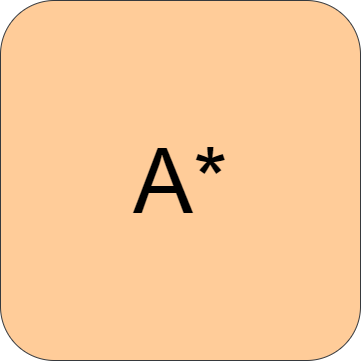
Above: Rush Hour Main/assets/AlgorithmButtons/A(B).png in zintom69/Game-Rush-Hour (draw.io), before the change. Source tidied: cells renumbered, new cells last; positions are measured from the earlier drawing's top-left corner, leaving out a move shared by most shapes.
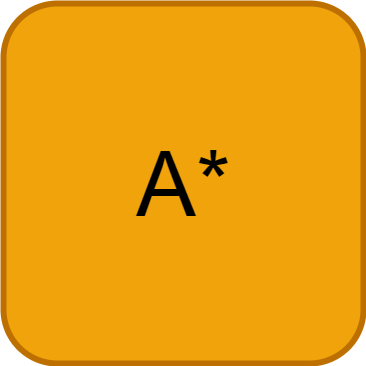
After the commit.

The edit, as a diff of the source:
```diff
@@ -2,7 +2,7 @@
   <root>
     <mxCell id="0" />
     <mxCell id="1" parent="0" />
-    <mxCell id="2" value="&lt;span style=&quot;font-size: 90px;&quot;&gt;A*&lt;/span&gt;" style="rounded=1;whiteSpace=wrap;html=1;fillColor=#ffcc99;strokeColor=#36393d;" parent="1" vertex="1">
+    <mxCell id="2" value="&lt;font style=&quot;font-size: 90px;&quot;&gt;A*&lt;/font&gt;" style="rounded=1;whiteSpace=wrap;html=1;fillColor=#f0a30a;strokeColor=#BD7000;strokeWidth=6;fontColor=#000000;" parent="1" vertex="1">
       <mxGeometry width="360" height="360" as="geometry" />
     </mxCell>
   </root>
```
